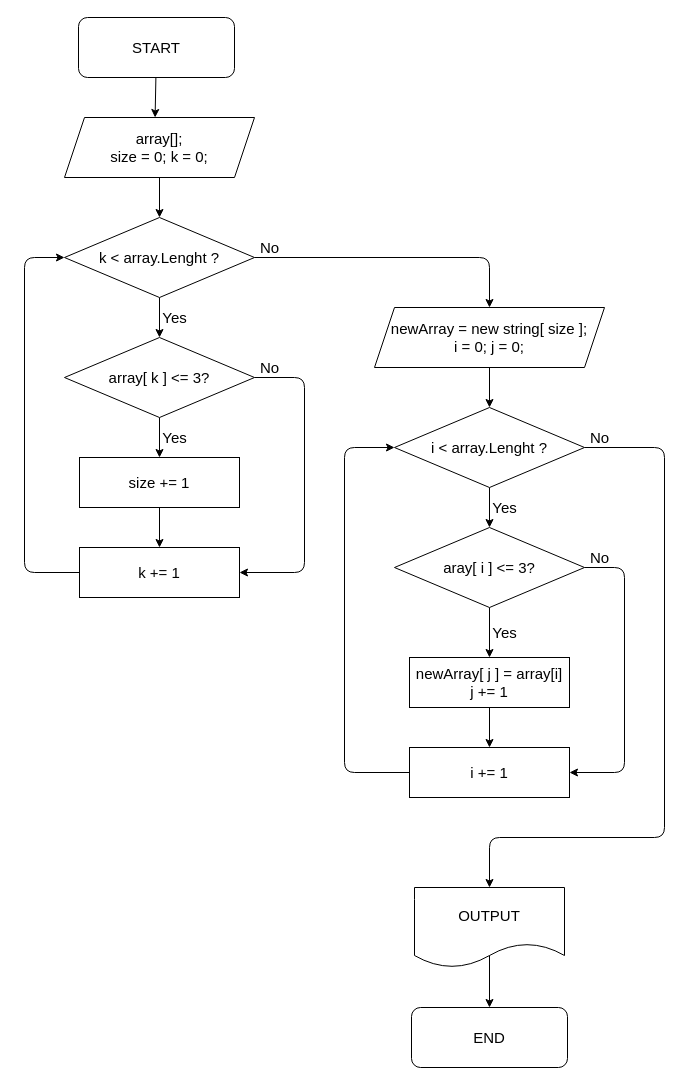
W1ndDancer/SpecializationTest keeps this draw.io diagram as SpecTest.drawio. Above is the earlier version. Source tidied: cells renumbered, new cells numbered last; positions are measured from the earlier drawing's top-left corner, leaving out a move shared by most shapes. Both pictures are drawn from the tidied source at 100%, with x=0, y=0 at pixel (24, 17).
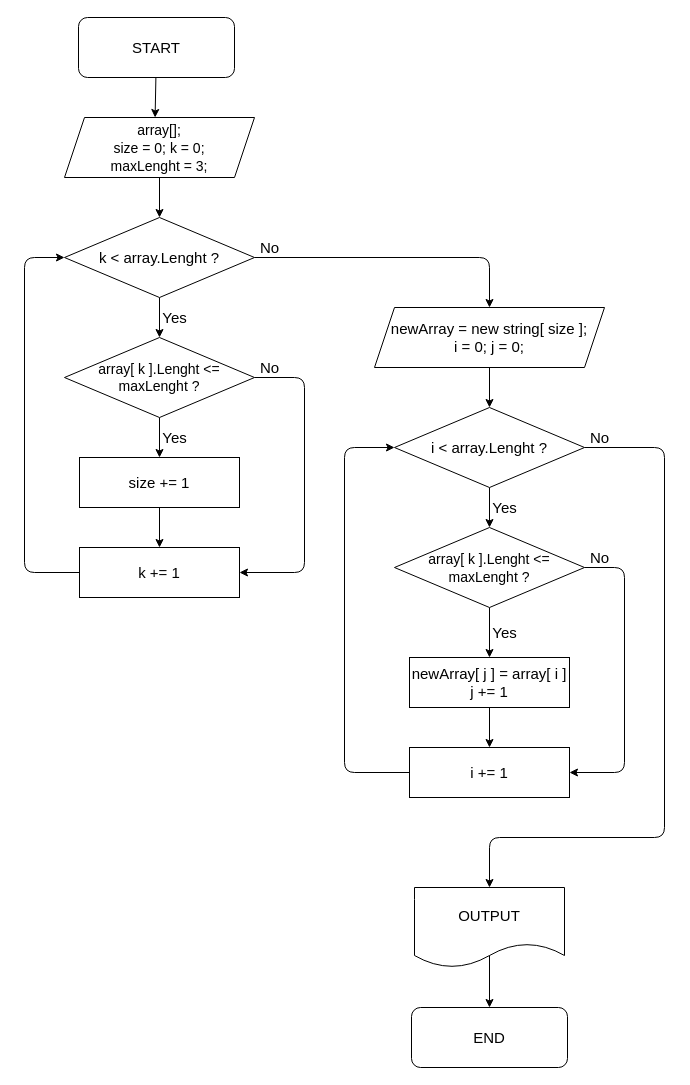
After the change.

Commit message:
Diagram has been finalized

Diff of the diagram source:
```diff
@@
-    <mxCell id="5" value="array[];&lt;br style=&quot;font-size: 15px&quot;&gt;size = 0; k = 0;" style="shape=parallelogram;perimeter=parallelogramPerimeter;whiteSpace=wrap;html=1;fixedSize=1;fontSize=15;" parent="1" vertex="1">
+    <mxCell id="5" value="&lt;font style=&quot;font-size: 14px&quot;&gt;array[];&lt;br&gt;size = 0; k = 0;&lt;br&gt;maxLenght = 3;&lt;br&gt;&lt;/font&gt;" style="shape=parallelogram;perimeter=parallelogramPerimeter;whiteSpace=wrap;html=1;fixedSize=1;fontSize=15;" parent="1" vertex="1">
       <mxGeometry x="40" y="100" width="190" height="60" as="geometry" />
     </mxCell>
@@
-    <mxCell id="11" value="array[ k ] &amp;lt;= 3?" style="rhombus;whiteSpace=wrap;html=1;fontSize=15;" parent="1" vertex="1">
+    <mxCell id="11" value="array[ k ].Lenght &amp;lt;= maxLenght ?" style="rhombus;whiteSpace=wrap;html=1;fontSize=14;" parent="1" vertex="1">
       <mxGeometry x="40" y="320" width="190" height="80" as="geometry" />
     </mxCell>
@@
-    <mxCell id="21" value="aray[ i ] &amp;lt;= 3?" style="rhombus;whiteSpace=wrap;html=1;fontSize=15;" parent="1" vertex="1">
+    <mxCell id="21" value="&lt;span style=&quot;font-size: 14px&quot;&gt;array[ k ].Lenght &amp;lt;= maxLenght ?&lt;/span&gt;" style="rhombus;whiteSpace=wrap;html=1;fontSize=15;" parent="1" vertex="1">
       <mxGeometry x="370" y="510" width="190" height="80" as="geometry" />
     </mxCell>
@@
-    <mxCell id="23" value="newArray[ j ] = array[i]&lt;br style=&quot;font-size: 15px&quot;&gt;j += 1" style="whiteSpace=wrap;html=1;fontSize=15;" parent="1" vertex="1">
+    <mxCell id="23" value="newArray[ j ] = array[ i ]&lt;br style=&quot;font-size: 15px&quot;&gt;j += 1" style="whiteSpace=wrap;html=1;fontSize=15;" parent="1" vertex="1">
       <mxGeometry x="385" y="640" width="160" height="50" as="geometry" />
     </mxCell>
```
